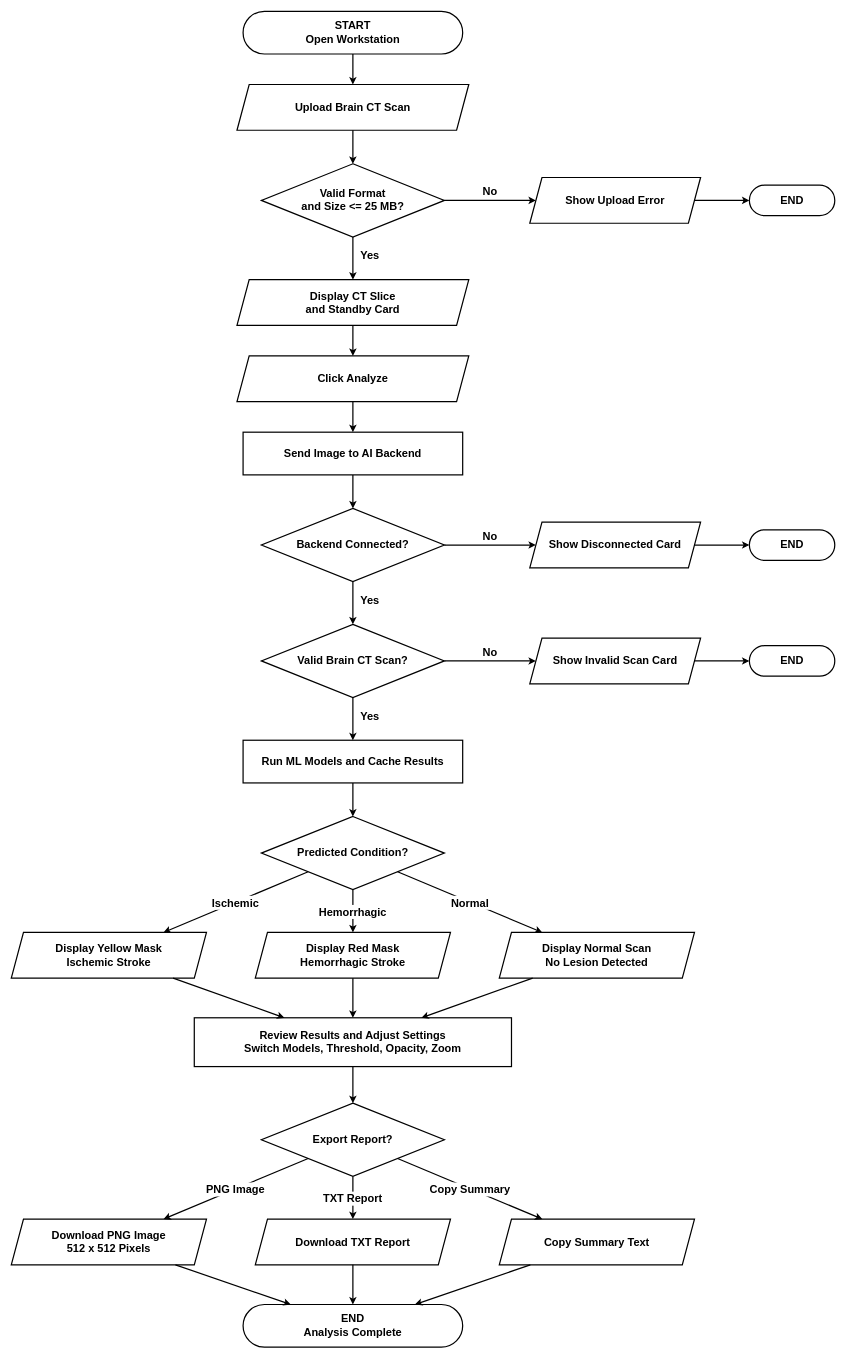
Cell1991/nu-stroke-scan keeps this draw.io diagram as workflow-flowchart.drawio. Above is the earlier version. Source tidied: cells renumbered, new cells numbered last; positions are measured from the earlier drawing's top-left corner, leaving out a move shared by most shapes. Both pictures are drawn from the tidied source at 61%, with x=0, y=0 at pixel (11, 11).
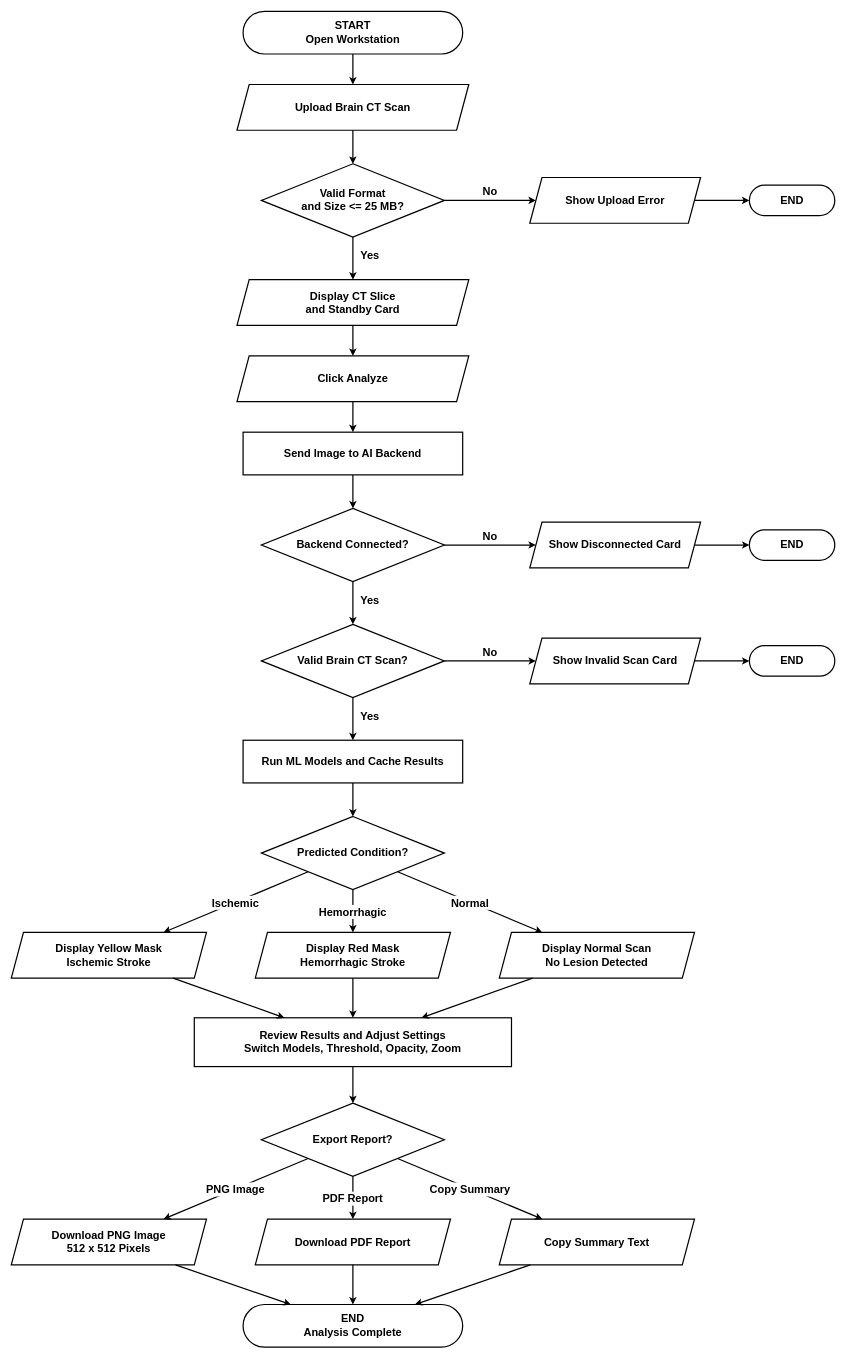
Above is the later version.

Commit message (it also covers changes not shown here):
docs(diagrams): update flowchart to PDF report and remove non-existent windowing from use case diagram

Unchanged cells that the change refers to:
```xml
<mxCell id="22" value="Export Report?" style="rhombus;whiteSpace=wrap;html=1;fillColor=#FFFFFF;strokeColor=#000000;strokeWidth=2;fontColor=#000000;fontFamily=Arial,Helvetica,sans-serif;fontStyle=1;fontSize=18;" parent="1" vertex="1">
  <mxGeometry x="410" y="1790" width="300" height="120" as="geometry" />
</mxCell>
```

Diff of the diagram source:
```diff
@@
-    <mxCell id="24" value="Download TXT Report" style="shape=parallelogram;perimeter=parallelogramPerimeter;whiteSpace=wrap;html=1;fixedSize=1;fillColor=#FFFFFF;strokeColor=#000000;strokeWidth=2;fontColor=#000000;fontFamily=Arial,Helvetica,sans-serif;fontStyle=1;fontSize=18;" parent="1" vertex="1">
+    <mxCell id="24" value="Download PDF Report" style="shape=parallelogram;perimeter=parallelogramPerimeter;whiteSpace=wrap;html=1;fixedSize=1;fillColor=#FFFFFF;strokeColor=#000000;strokeWidth=2;fontColor=#000000;fontFamily=Arial,Helvetica,sans-serif;fontStyle=1;fontSize=18;" parent="1" vertex="1">
       <mxGeometry x="400" y="1980" width="320" height="75" as="geometry" />
     </mxCell>
@@
-    <mxCell id="50" value="TXT Report" style="strokeColor=#000000;strokeWidth=2;fontSize=18;fontStyle=1;fontFamily=Arial,Helvetica,sans-serif;fontColor=#000000;labelBackgroundColor=#FFFFFF;labelBorderColor=none;" parent="1" edge="1" source="22" target="24">
+    <mxCell id="50" value="PDF Report" style="strokeColor=#000000;strokeWidth=2;fontSize=18;fontStyle=1;fontFamily=Arial,Helvetica,sans-serif;fontColor=#000000;labelBackgroundColor=#FFFFFF;labelBorderColor=none;" parent="1" edge="1" source="22" target="24">
       <mxGeometry relative="1" as="geometry" />
     </mxCell>
```
